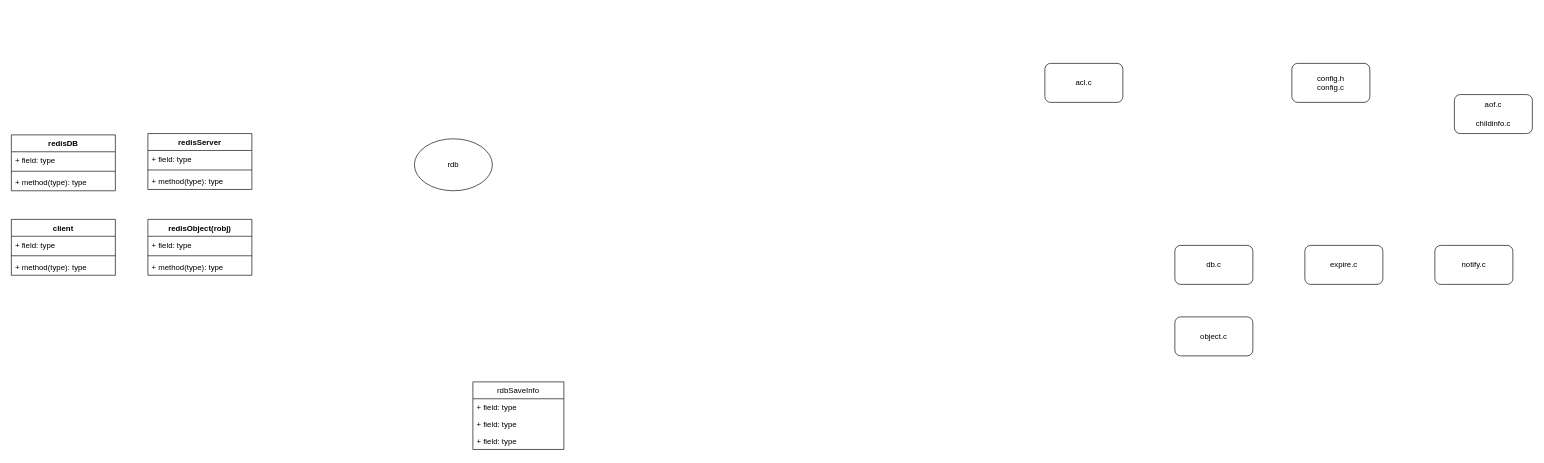
Before: page "server" (4 of 7) of redis.drawio in tadsimons/draw, a draw.io diagram. Source tidied: cells renumbered, new cells numbered last; positions are measured from the earlier drawing's top-left corner, leaving out a move shared by most shapes. Both pictures are drawn from the tidied source at 65%, with x=0, y=0 at pixel (11, 63).
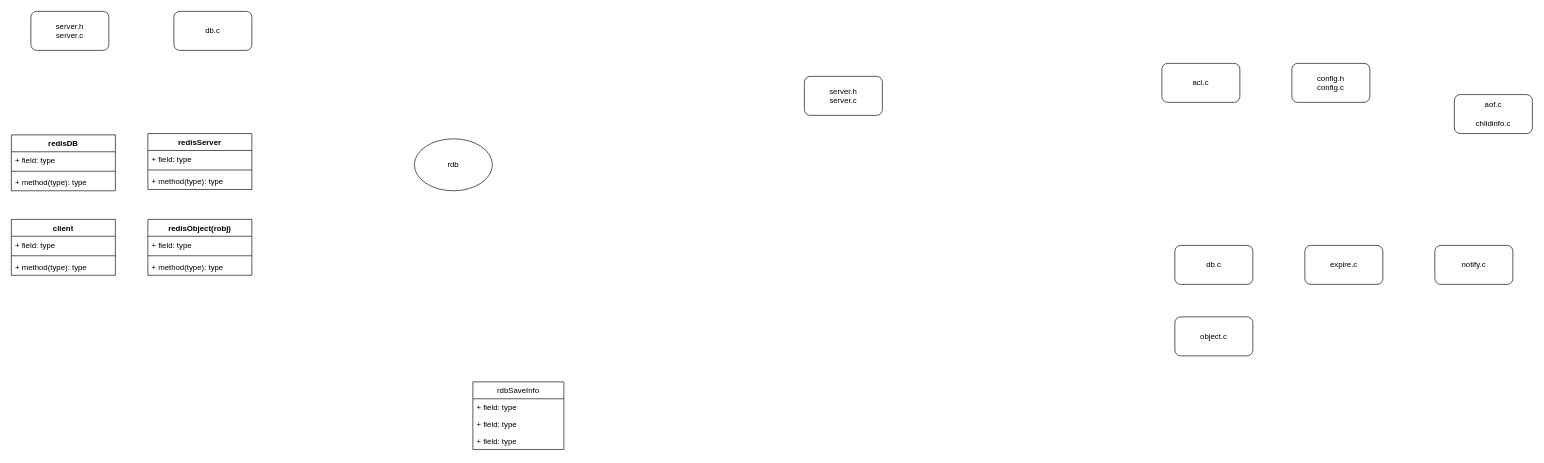
The same diagram, later.

What changed in the source:
```diff
@@
     <mxCell id="23" value="acl.c" style="rounded=1;whiteSpace=wrap;html=1;strokeColor=#000000;fillColor=#FFFFFF;" parent="1" vertex="1">
-      <mxGeometry x="1590" width="120" height="60" as="geometry" />
+      <mxGeometry x="1770" width="120" height="60" as="geometry" />
     </mxCell>
@@
+    <mxCell id="30" value="server.h&lt;br&gt;server.c" style="rounded=1;whiteSpace=wrap;html=1;strokeColor=#000000;fillColor=#FFFFFF;" parent="1" vertex="1">
+      <mxGeometry x="30" y="-80" width="120" height="60" as="geometry" />
+    </mxCell>
+    <mxCell id="31" value="db.c" style="rounded=1;whiteSpace=wrap;html=1;strokeColor=#000000;fillColor=#FFFFFF;" parent="1" vertex="1">
+      <mxGeometry x="250" y="-80" width="120" height="60" as="geometry" />
+    </mxCell>
+    <mxCell id="32" value="server.h&lt;br&gt;server.c" style="rounded=1;whiteSpace=wrap;html=1;strokeColor=#000000;fillColor=#FFFFFF;" parent="1" vertex="1">
+      <mxGeometry x="1220" y="20" width="120" height="60" as="geometry" />
+    </mxCell>
```
